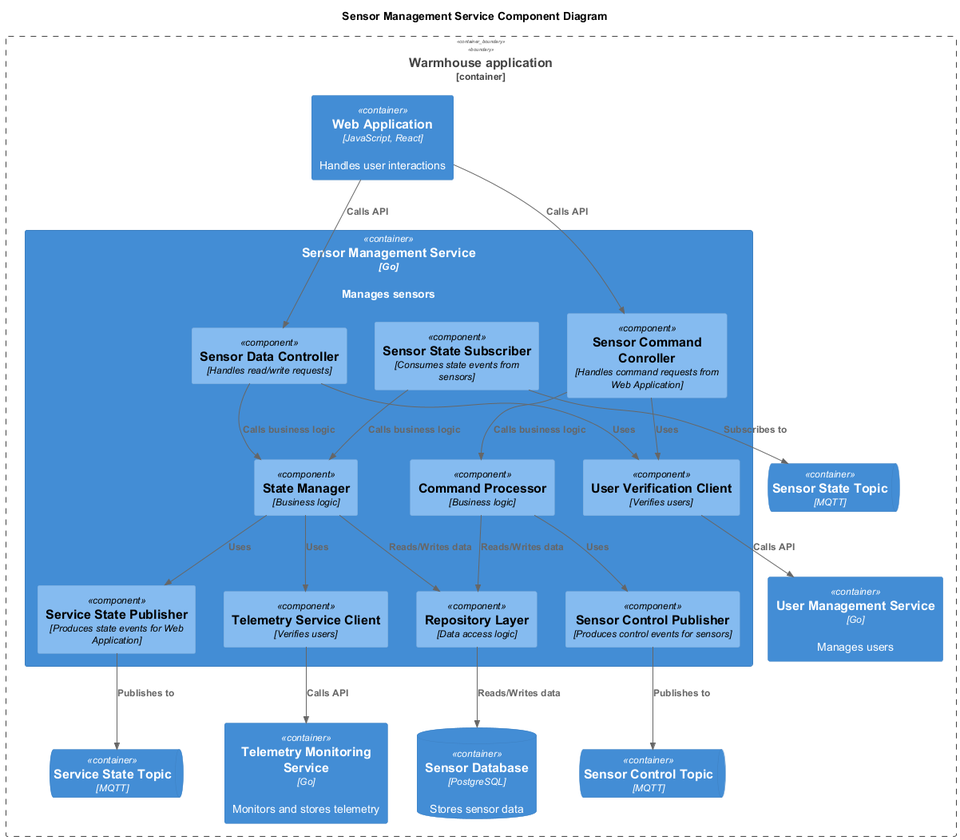
Earlier version of the PlantUML export diagrams/component/sensor-management-service.png (grafkozloff/arch-sprint1).
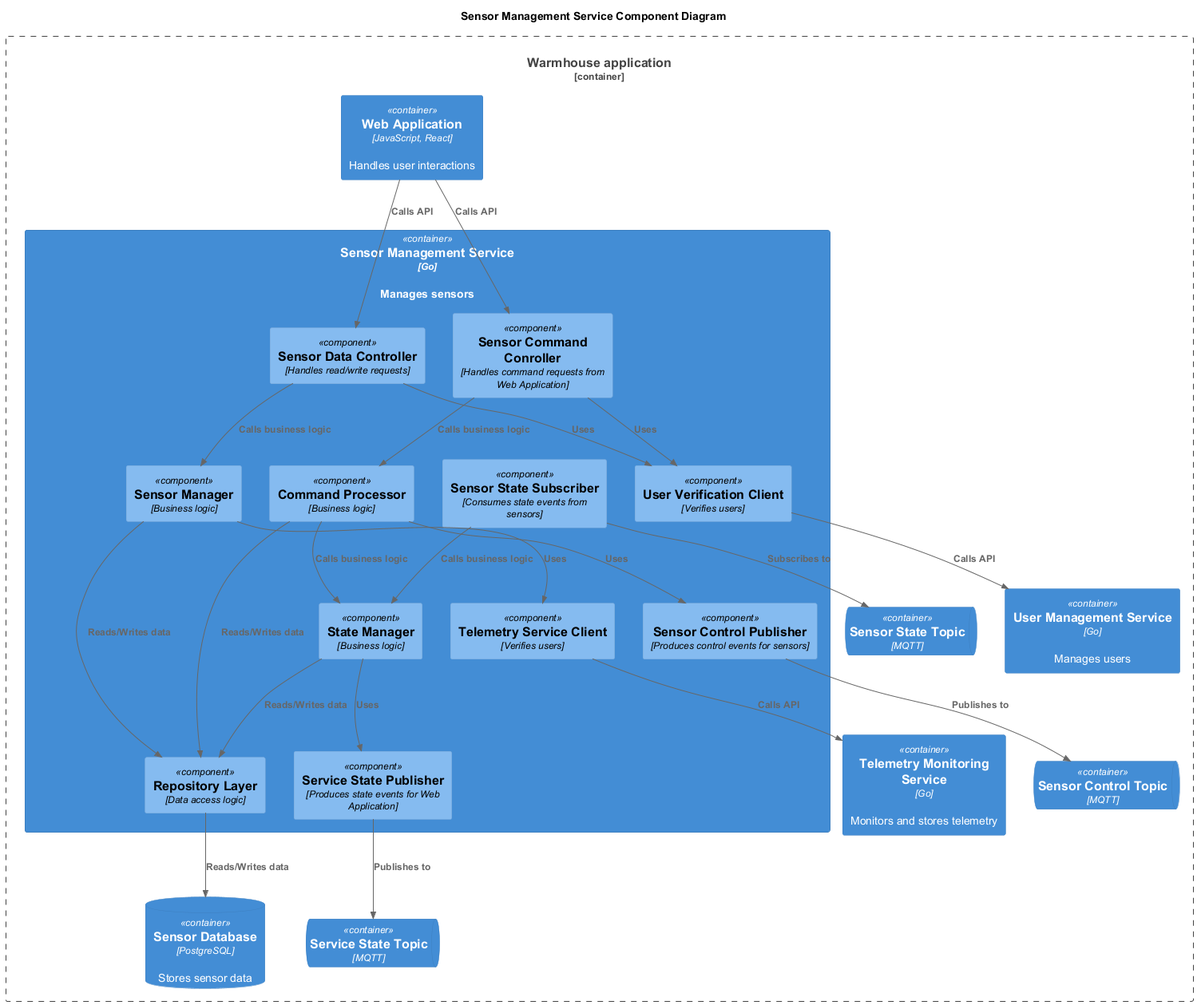
After the commit.

Change to the diagram source:
```diff
@@ -25,6 +25,7 @@
   Component(UserVerificationClient, "User Verification Client", "Verifies users")
   Component(TelemetryServiceClient, "Telemetry Service Client", "Verifies users")
   Component(CommandProcessor, "Command Processor", "Business logic")
+  Component(SensorManager, "Sensor Manager", "Business logic")
   Component(StateManager, "State Manager", "Business logic")
   Component(RepositoryLayer, "Repository Layer", "Data access logic")
 }
@@ -33,14 +34,16 @@
 Rel(SensorStateSubscriber, SensorStateTopic, "Subscribes to")
 Rel(ServiceStatePublisher, ServiceStateTopic, "Publishes to")
 Rel(SensorControlPublisher, SensorControlTopic, "Publishes to")
-Rel(SensorDataController, StateManager, "Calls business logic")
+Rel(SensorDataController, SensorManager, "Calls business logic")
 Rel(StateManager, ServiceStatePublisher, "Uses")
 Rel(SensorStateSubscriber, StateManager, "Calls business logic")
 Rel(CommandProcessor, SensorControlPublisher, "Uses")
+Rel(CommandProcessor, StateManager, "Calls business logic")
 Rel(SensorCommandConroller, CommandProcessor, "Calls business logic")
 Rel(CommandProcessor, RepositoryLayer, "Reads/Writes data")
+Rel(SensorManager, RepositoryLayer, "Reads/Writes data")
 Rel(StateManager, RepositoryLayer, "Reads/Writes data")
-Rel(StateManager, TelemetryServiceClient, "Uses")
+Rel(SensorManager, TelemetryServiceClient, "Uses")
 Rel(RepositoryLayer, SensorDatabase, "Reads/Writes data")
 Rel(UserVerificationClient, UserService, "Calls API")
 Rel(TelemetryServiceClient, TelemetryService, "Calls API")
```
